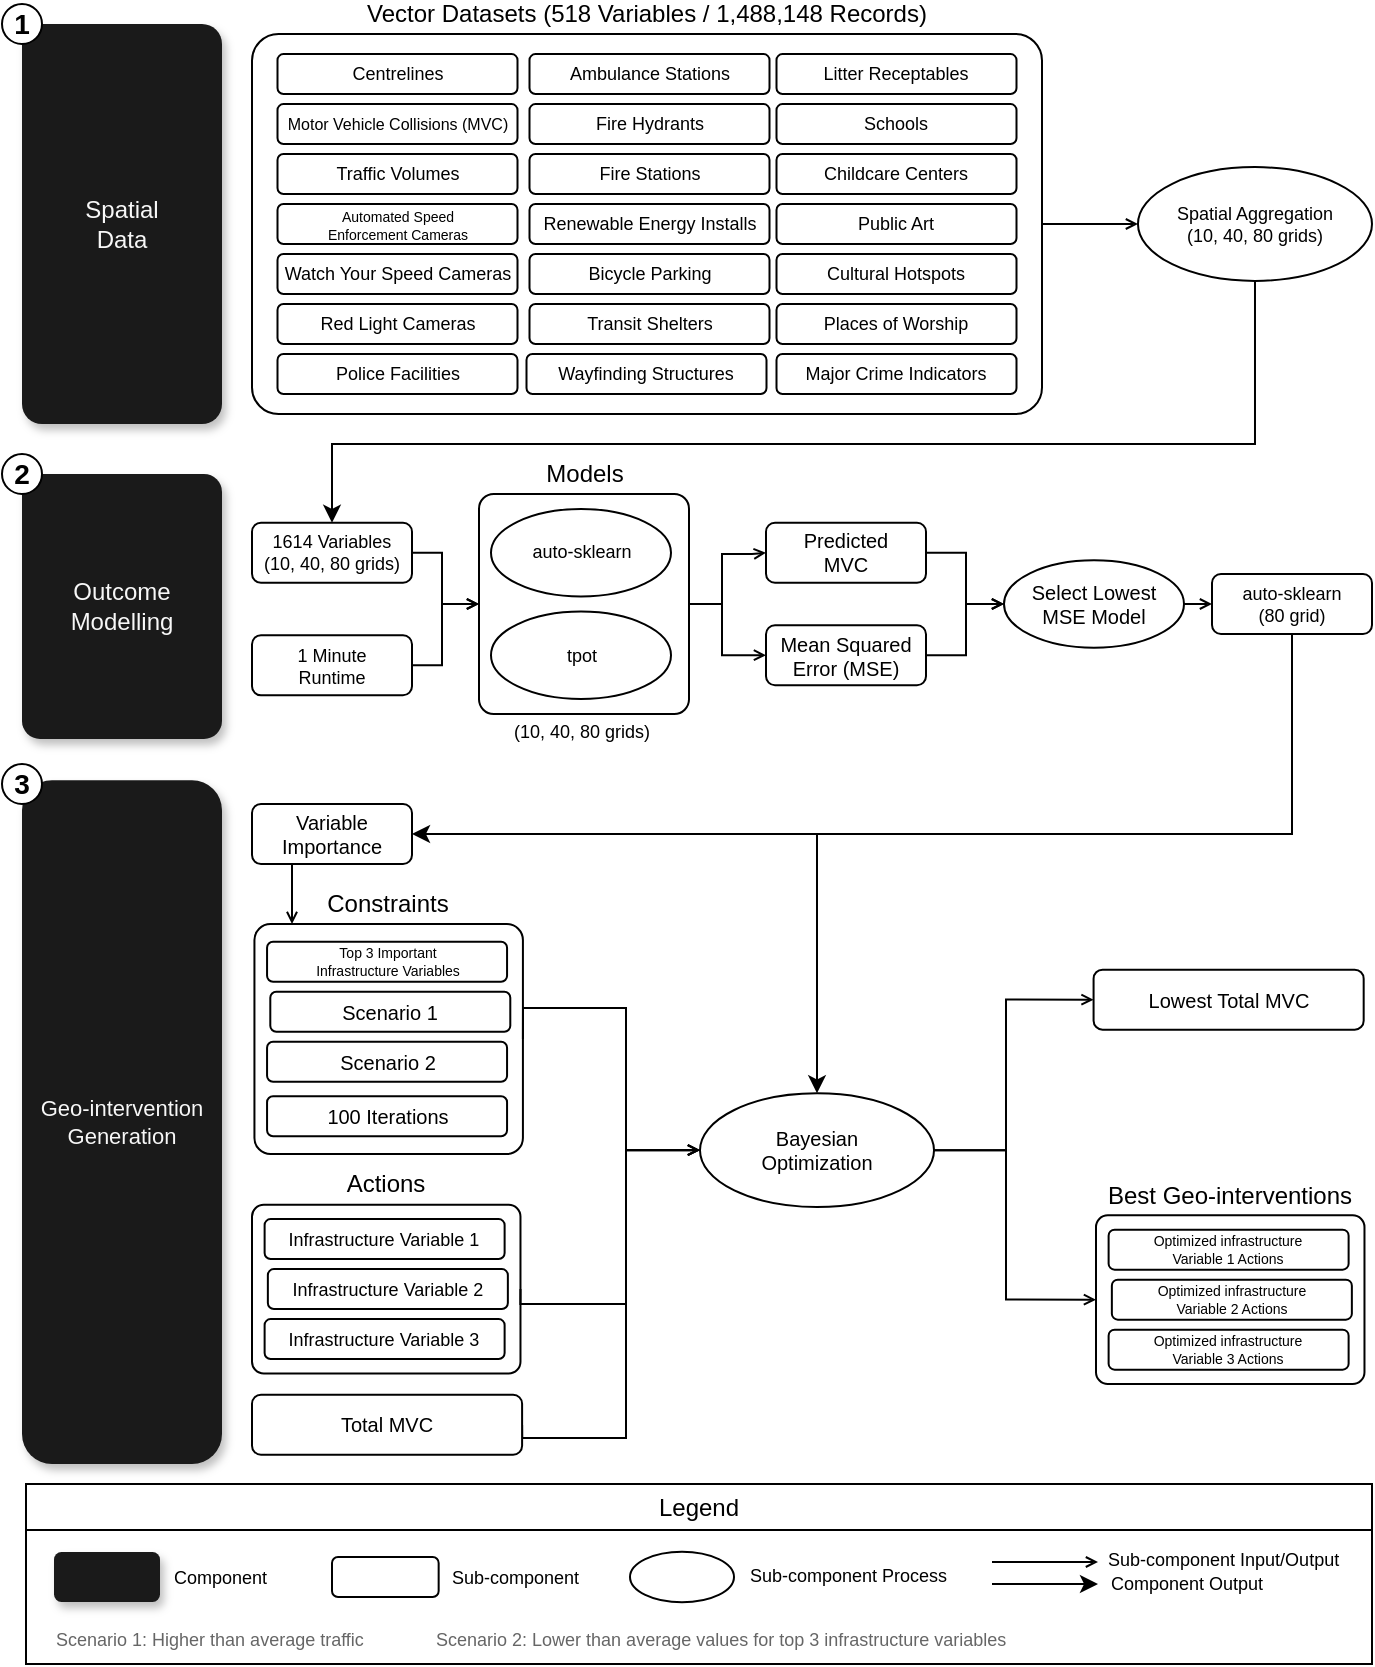
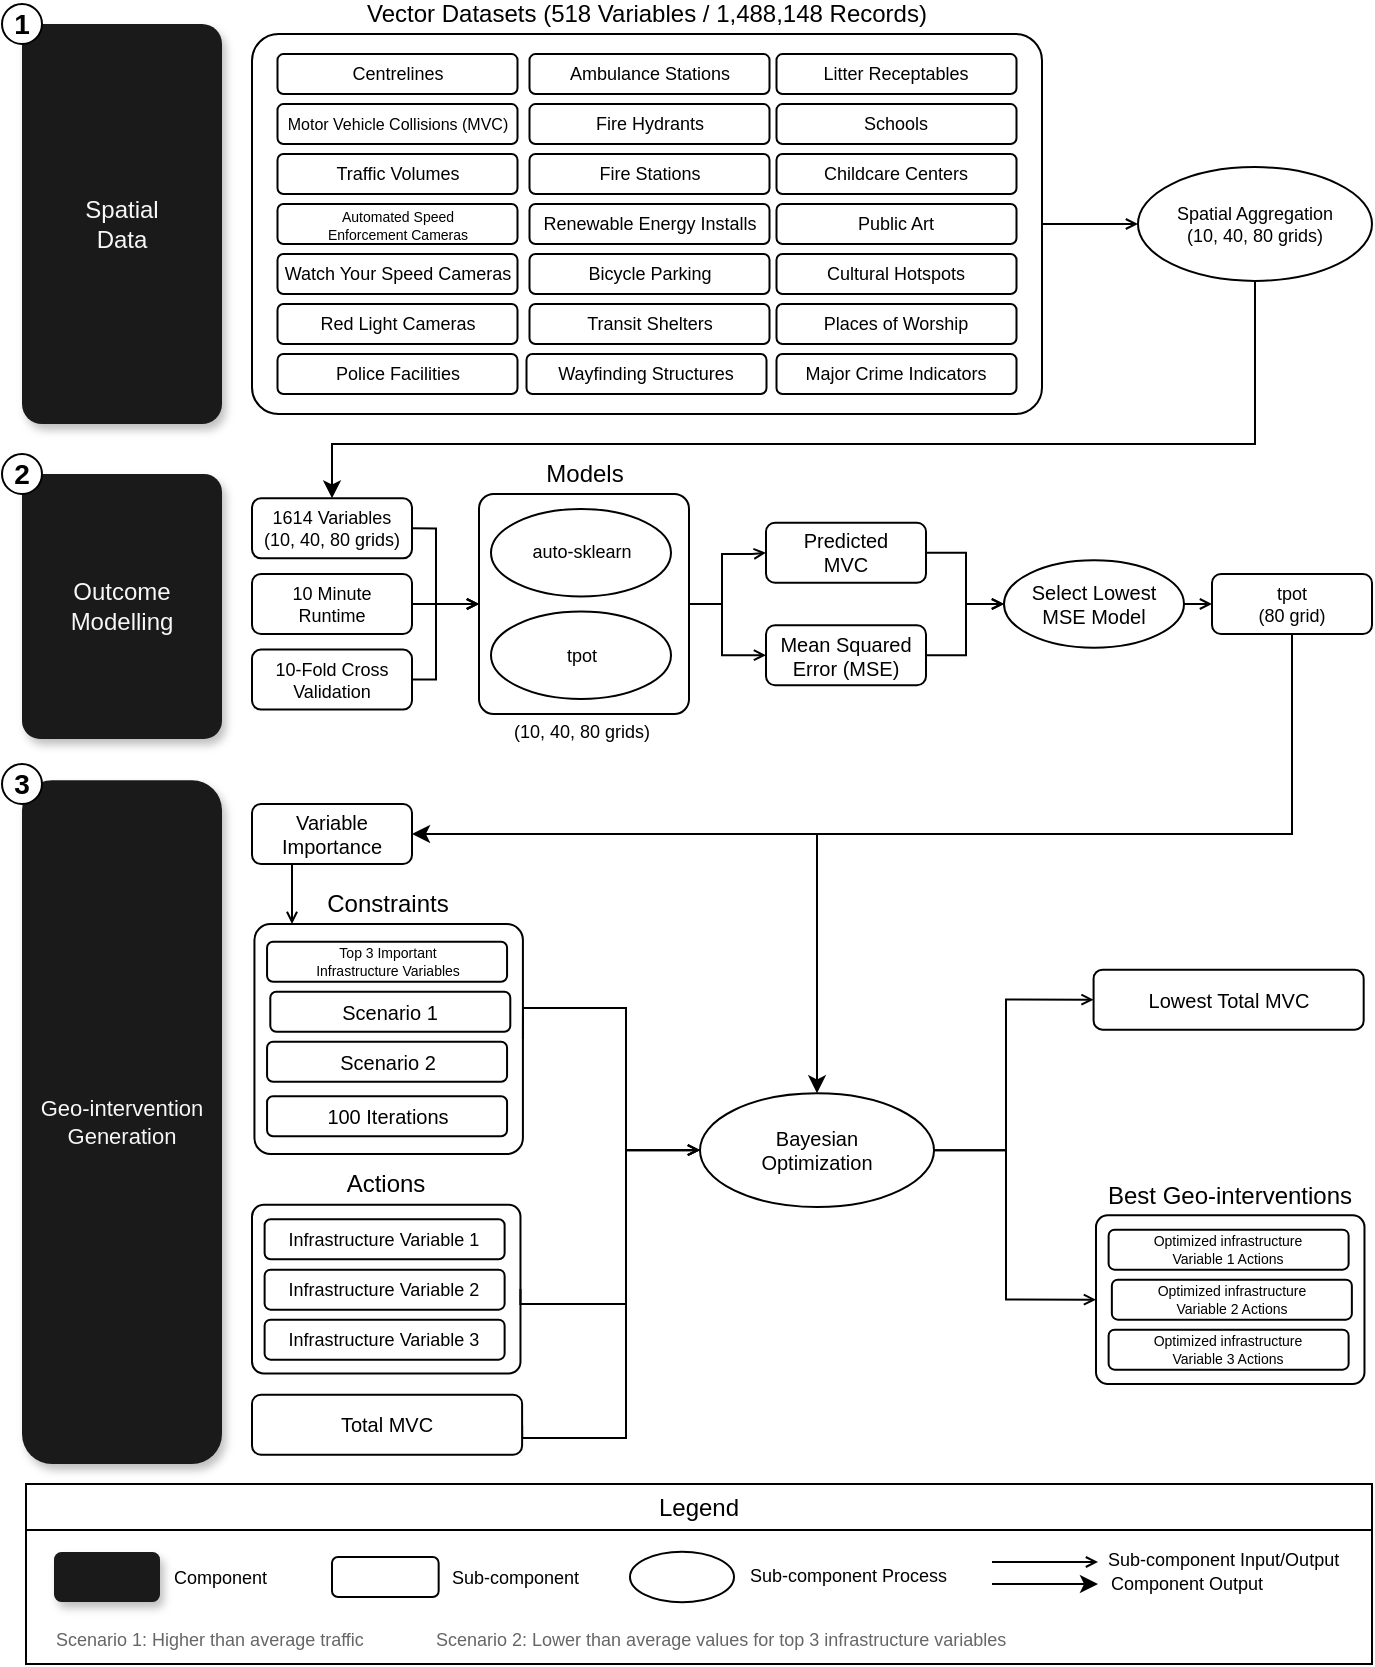
- <mxfile host="Electron" agent="Mozilla/5.0 (Macintosh; Intel Mac OS X 10_15_7) AppleWebKit/537.36 (KHTML, like Gecko) draw.io/25.0.2 Chrome/128.0.6613.186 Electron/32.2.5 Safari/537.36" version="25.0.2">
+ <mxfile host="Electron" agent="Mozilla/5.0 (Macintosh; Intel Mac OS X 10_15_7) AppleWebKit/537.36 (KHTML, like Gecko) draw.io/26.0.9 Chrome/128.0.6613.186 Electron/32.2.5 Safari/537.36" version="26.0.9">
  <diagram name="Page-1" id="8gdRkE0yfgIarTRspHVS">
-     <mxGraphModel dx="2074" dy="1154" grid="1" gridSize="5" guides="1" tooltips="1" connect="1" arrows="1" fold="1" page="1" pageScale="1" pageWidth="700" pageHeight="850" math="1" shadow="0">
+     <mxGraphModel dx="1430" dy="796" grid="1" gridSize="5" guides="1" tooltips="1" connect="1" arrows="1" fold="1" page="1" pageScale="1" pageWidth="700" pageHeight="850" math="1" shadow="0">
      <root>
        <mxCell id="0" />
        <mxCell id="1" parent="0" />
-         <mxCell id="H4vYK6OcZFrmIF_h3pnX-27" value="Models" style="rounded=1;whiteSpace=wrap;html=1;glass=0;fillColor=none;verticalAlign=top;spacing=0;spacingTop=-22;align=center;fontColor=#000000;strokeColor=#000000;spacingRight=0;spacingLeft=0;arcSize=7;" vertex="1" parent="1">
+         <mxCell id="H4vYK6OcZFrmIF_h3pnX-27" value="Models" style="rounded=1;whiteSpace=wrap;html=1;glass=0;fillColor=none;verticalAlign=top;spacing=0;spacingTop=-22;align=center;fontColor=#000000;strokeColor=#000000;spacingRight=0;spacingLeft=0;arcSize=7;" parent="1" vertex="1">
          <mxGeometry x="246.5" y="255" width="105" height="110" as="geometry" />
        </mxCell>
        <mxCell id="zVcd5So7Ncbx6f7flit7-27" value="1614 Variables&lt;div&gt;(10, 40, 80 grids)&lt;/div&gt;" style="rounded=1;whiteSpace=wrap;html=1;fontSize=9;" parent="1" vertex="1">
-           <mxGeometry x="133" y="269.38" width="80" height="30" as="geometry" />
-         </mxCell>
-         <mxCell id="zVcd5So7Ncbx6f7flit7-28" value="1 Minute&lt;div&gt;Runtime&lt;/div&gt;" style="rounded=1;whiteSpace=wrap;html=1;strokeColor=#000000;fontColor=#000000;fontSize=9;" parent="1" vertex="1">
-           <mxGeometry x="133" y="325.62" width="80" height="30" as="geometry" />
+           <mxGeometry x="133" y="257.18" width="80" height="30" as="geometry" />
+         </mxCell>
+         <mxCell id="zVcd5So7Ncbx6f7flit7-28" value="10 Minute&lt;div&gt;Runtime&lt;/div&gt;" style="rounded=1;whiteSpace=wrap;html=1;strokeColor=#000000;fontColor=#000000;fontSize=9;" parent="1" vertex="1">
+           <mxGeometry x="133" y="294.99" width="80" height="30" as="geometry" />
        </mxCell>
        <mxCell id="zVcd5So7Ncbx6f7flit7-45" style="edgeStyle=orthogonalEdgeStyle;rounded=0;orthogonalLoop=1;jettySize=auto;html=1;entryX=0;entryY=0.5;entryDx=0;entryDy=0;endArrow=open;endFill=0;endSize=4;startSize=4;exitX=1;exitY=0.5;exitDx=0;exitDy=0;" parent="1" source="H4vYK6OcZFrmIF_h3pnX-27" target="zVcd5So7Ncbx6f7flit7-31" edge="1">
          <mxGeometry relative="1" as="geometry">
            <Array as="points">
              <mxPoint x="368" y="310" />
              <mxPoint x="368" y="285" />
              <mxPoint x="383" y="285" />
            </Array>
          </mxGeometry>
        </mxCell>
        <mxCell id="Uf6OMud8qKE22yOZLW_d-1" style="edgeStyle=orthogonalEdgeStyle;rounded=0;orthogonalLoop=1;jettySize=auto;html=1;entryX=0;entryY=0.5;entryDx=0;entryDy=0;endArrow=open;endFill=0;endSize=4;startSize=4;exitX=1;exitY=0.5;exitDx=0;exitDy=0;" parent="1" source="H4vYK6OcZFrmIF_h3pnX-27" target="zVcd5So7Ncbx6f7flit7-46" edge="1">
          <mxGeometry relative="1" as="geometry">
            <Array as="points">
              <mxPoint x="368" y="310" />
              <mxPoint x="368" y="336" />
            </Array>
          </mxGeometry>
        </mxCell>
        <mxCell id="zVcd5So7Ncbx6f7flit7-30" value="auto-sklearn" style="ellipse;whiteSpace=wrap;html=1;fontColor=#000000;strokeColor=#000000;fontSize=9;" parent="1" vertex="1">
          <mxGeometry x="252.5" y="262.51" width="90" height="43.75" as="geometry" />
        </mxCell>
        <mxCell id="zVcd5So7Ncbx6f7flit7-49" style="edgeStyle=orthogonalEdgeStyle;rounded=0;orthogonalLoop=1;jettySize=auto;html=1;entryX=0;entryY=0.5;entryDx=0;entryDy=0;endArrow=open;endFill=0;endSize=4;startSize=4;" parent="1" source="zVcd5So7Ncbx6f7flit7-31" target="zVcd5So7Ncbx6f7flit7-33" edge="1">
          <mxGeometry relative="1" as="geometry" />
        </mxCell>
-         <mxCell id="H4vYK6OcZFrmIF_h3pnX-34" value="Constraints" style="rounded=1;whiteSpace=wrap;html=1;glass=0;fillColor=none;verticalAlign=top;spacing=0;spacingTop=-22;align=center;fontColor=#000000;strokeColor=#000000;spacingRight=0;spacingLeft=0;arcSize=7;labelBackgroundColor=none;" vertex="1" parent="1">
+         <mxCell id="H4vYK6OcZFrmIF_h3pnX-34" value="Constraints" style="rounded=1;whiteSpace=wrap;html=1;glass=0;fillColor=none;verticalAlign=top;spacing=0;spacingTop=-22;align=center;fontColor=#000000;strokeColor=#000000;spacingRight=0;spacingLeft=0;arcSize=7;labelBackgroundColor=none;" parent="1" vertex="1">
          <mxGeometry x="134.22" y="470" width="134.24" height="115" as="geometry" />
        </mxCell>
        <mxCell id="zVcd5So7Ncbx6f7flit7-31" value="Predicted&lt;div&gt;MVC&lt;/div&gt;" style="rounded=1;whiteSpace=wrap;html=1;fontSize=10;" parent="1" vertex="1">
          <mxGeometry x="390" y="269.38" width="80" height="30" as="geometry" />
        </mxCell>
        <mxCell id="zVcd5So7Ncbx6f7flit7-33" value="Select Lowest&lt;div&gt;MSE Model&lt;/div&gt;" style="ellipse;whiteSpace=wrap;html=1;fontColor=#000000;strokeColor=#000000;fontSize=10;" parent="1" vertex="1">
          <mxGeometry x="509" y="288.12" width="90" height="43.75" as="geometry" />
        </mxCell>
        <mxCell id="zVcd5So7Ncbx6f7flit7-8" value="Vector Datasets (518 Variables / 1,488,148 Records)" style="rounded=1;whiteSpace=wrap;html=1;glass=0;fillColor=none;verticalAlign=top;spacing=0;spacingTop=-22;align=center;fontColor=#000000;strokeColor=#000000;spacingRight=0;spacingLeft=0;arcSize=7;" parent="1" vertex="1">
          <mxGeometry x="133" y="25" width="395" height="190" as="geometry" />
        </mxCell>
        <mxCell id="zVcd5So7Ncbx6f7flit7-48" style="edgeStyle=orthogonalEdgeStyle;rounded=0;orthogonalLoop=1;jettySize=auto;html=1;entryX=0.5;entryY=0;entryDx=0;entryDy=0;fontColor=#000000;exitX=0.5;exitY=1;exitDx=0;exitDy=0;" parent="1" source="zVcd5So7Ncbx6f7flit7-22" target="zVcd5So7Ncbx6f7flit7-27" edge="1">
          <mxGeometry relative="1" as="geometry">
            <Array as="points">
              <mxPoint x="635" y="230" />
              <mxPoint x="173" y="230" />
            </Array>
          </mxGeometry>
        </mxCell>
        <mxCell id="zVcd5So7Ncbx6f7flit7-22" value="Spatial Aggregation&lt;div&gt;(10, 40, 80 grids)&lt;/div&gt;" style="ellipse;whiteSpace=wrap;html=1;fontColor=#000000;strokeColor=#000000;fontSize=9;aspect=fixed;" parent="1" vertex="1">
          <mxGeometry x="575.99" y="91.56" width="117.01" height="56.88" as="geometry" />
        </mxCell>
        <mxCell id="zVcd5So7Ncbx6f7flit7-25" style="edgeStyle=orthogonalEdgeStyle;rounded=0;orthogonalLoop=1;jettySize=auto;html=1;entryX=0;entryY=0.5;entryDx=0;entryDy=0;fontColor=#000000;strokeColor=#000000;endArrow=open;endFill=0;endSize=4;startSize=4;" parent="1" source="zVcd5So7Ncbx6f7flit7-8" target="zVcd5So7Ncbx6f7flit7-22" edge="1">
          <mxGeometry relative="1" as="geometry" />
        </mxCell>
        <mxCell id="zVcd5So7Ncbx6f7flit7-46" value="Mean Squared Error (MSE)" style="rounded=1;whiteSpace=wrap;html=1;fontSize=10;fontColor=#000000;strokeColor=#000000;" parent="1" vertex="1">
          <mxGeometry x="390" y="320.62" width="80" height="30" as="geometry" />
        </mxCell>
        <mxCell id="zVcd5So7Ncbx6f7flit7-59" style="edgeStyle=orthogonalEdgeStyle;rounded=0;orthogonalLoop=1;jettySize=auto;html=1;entryX=0.5;entryY=0;entryDx=0;entryDy=0;endArrow=classic;endFill=1;" parent="1" source="zVcd5So7Ncbx6f7flit7-47" target="zVcd5So7Ncbx6f7flit7-55" edge="1">
          <mxGeometry relative="1" as="geometry">
            <Array as="points">
              <mxPoint x="653" y="425" />
              <mxPoint x="415" y="425" />
            </Array>
          </mxGeometry>
        </mxCell>
        <mxCell id="zVcd5So7Ncbx6f7flit7-64" style="edgeStyle=orthogonalEdgeStyle;rounded=0;orthogonalLoop=1;jettySize=auto;html=1;entryX=1;entryY=0.5;entryDx=0;entryDy=0;strokeColor=#000000;endArrow=classic;endFill=1;" parent="1" source="zVcd5So7Ncbx6f7flit7-47" target="zVcd5So7Ncbx6f7flit7-54" edge="1">
          <mxGeometry relative="1" as="geometry">
            <Array as="points">
              <mxPoint x="653" y="425" />
            </Array>
          </mxGeometry>
        </mxCell>
-         <mxCell id="zVcd5So7Ncbx6f7flit7-47" value="auto-sklearn&lt;div&gt;(80 grid)&lt;/div&gt;" style="rounded=1;whiteSpace=wrap;html=1;fontSize=9;" parent="1" vertex="1">
+         <mxCell id="zVcd5So7Ncbx6f7flit7-47" value="&lt;div&gt;tpot&lt;/div&gt;&lt;div&gt;(80 grid)&lt;/div&gt;" style="rounded=1;whiteSpace=wrap;html=1;fontSize=9;" parent="1" vertex="1">
          <mxGeometry x="613" y="295" width="80" height="30" as="geometry" />
        </mxCell>
        <mxCell id="zVcd5So7Ncbx6f7flit7-50" style="edgeStyle=orthogonalEdgeStyle;rounded=0;orthogonalLoop=1;jettySize=auto;html=1;entryX=0;entryY=0.5;entryDx=0;entryDy=0;strokeColor=#000000;endArrow=open;endFill=0;endSize=4;startSize=4;fontColor=#000000;" parent="1" source="zVcd5So7Ncbx6f7flit7-46" target="zVcd5So7Ncbx6f7flit7-33" edge="1">
          <mxGeometry relative="1" as="geometry" />
        </mxCell>
        <mxCell id="zVcd5So7Ncbx6f7flit7-60" style="edgeStyle=orthogonalEdgeStyle;rounded=0;orthogonalLoop=1;jettySize=auto;html=1;endArrow=open;endFill=0;endSize=4;startSize=4;exitX=1;exitY=0.5;exitDx=0;exitDy=0;entryX=0;entryY=0.5;entryDx=0;entryDy=0;" parent="1" source="H4vYK6OcZFrmIF_h3pnX-57" target="zVcd5So7Ncbx6f7flit7-55" edge="1">
          <mxGeometry relative="1" as="geometry">
            <mxPoint x="285.24" y="619.1" as="sourcePoint" />
            <mxPoint x="410" y="610" as="targetPoint" />
            <Array as="points">
              <mxPoint x="320" y="660" />
              <mxPoint x="320" y="583" />
            </Array>
          </mxGeometry>
        </mxCell>
        <mxCell id="zVcd5So7Ncbx6f7flit7-62" style="edgeStyle=orthogonalEdgeStyle;rounded=0;orthogonalLoop=1;jettySize=auto;html=1;entryX=0;entryY=0.5;entryDx=0;entryDy=0;endArrow=open;endFill=0;endSize=4;startSize=4;exitX=1;exitY=0.5;exitDx=0;exitDy=0;" parent="1" source="H4vYK6OcZFrmIF_h3pnX-34" target="zVcd5So7Ncbx6f7flit7-55" edge="1">
          <mxGeometry relative="1" as="geometry">
            <Array as="points">
              <mxPoint x="320" y="512" />
              <mxPoint x="320" y="583" />
              <mxPoint x="357" y="583" />
            </Array>
          </mxGeometry>
        </mxCell>
        <mxCell id="zVcd5So7Ncbx6f7flit7-63" style="edgeStyle=orthogonalEdgeStyle;rounded=0;orthogonalLoop=1;jettySize=auto;html=1;fontColor=#000000;strokeColor=#000000;endArrow=open;endFill=0;endSize=4;startSize=4;exitX=0.25;exitY=1;exitDx=0;exitDy=0;" parent="1" source="zVcd5So7Ncbx6f7flit7-54" edge="1">
          <mxGeometry relative="1" as="geometry">
            <mxPoint x="155" y="450" as="sourcePoint" />
            <mxPoint x="153" y="470" as="targetPoint" />
            <Array as="points">
              <mxPoint x="153" y="470" />
            </Array>
          </mxGeometry>
        </mxCell>
        <mxCell id="zVcd5So7Ncbx6f7flit7-54" value="&lt;div&gt;Variable Importance&lt;/div&gt;" style="rounded=1;whiteSpace=wrap;html=1;strokeColor=#000000;fontColor=#000000;fontSize=10;" parent="1" vertex="1">
          <mxGeometry x="133" y="410" width="80" height="30" as="geometry" />
        </mxCell>
        <mxCell id="zVcd5So7Ncbx6f7flit7-66" style="edgeStyle=orthogonalEdgeStyle;rounded=0;orthogonalLoop=1;jettySize=auto;html=1;entryX=0;entryY=0.5;entryDx=0;entryDy=0;endArrow=open;endFill=0;endSize=4;startSize=4;exitX=1;exitY=0.5;exitDx=0;exitDy=0;" parent="1" source="zVcd5So7Ncbx6f7flit7-55" target="H4vYK6OcZFrmIF_h3pnX-66" edge="1">
          <mxGeometry relative="1" as="geometry">
            <mxPoint x="559" y="515" as="targetPoint" />
            <Array as="points">
              <mxPoint x="510" y="583" />
              <mxPoint x="510" y="508" />
            </Array>
          </mxGeometry>
        </mxCell>
        <mxCell id="zVcd5So7Ncbx6f7flit7-67" style="edgeStyle=orthogonalEdgeStyle;rounded=0;orthogonalLoop=1;jettySize=auto;html=1;entryX=0;entryY=0.5;entryDx=0;entryDy=0;endArrow=open;endFill=0;endSize=4;startSize=4;exitX=1;exitY=0.5;exitDx=0;exitDy=0;" parent="1" source="zVcd5So7Ncbx6f7flit7-55" target="H4vYK6OcZFrmIF_h3pnX-62" edge="1">
          <mxGeometry relative="1" as="geometry">
            <mxPoint x="559" y="625.96" as="targetPoint" />
            <Array as="points">
              <mxPoint x="510" y="583" />
              <mxPoint x="510" y="658" />
            </Array>
          </mxGeometry>
        </mxCell>
        <mxCell id="zVcd5So7Ncbx6f7flit7-55" value="Bayesian&lt;div&gt;Optimization&lt;/div&gt;" style="ellipse;whiteSpace=wrap;html=1;fontColor=#000000;strokeColor=#000000;fontSize=10;" parent="1" vertex="1">
          <mxGeometry x="357" y="554.66" width="117.01" height="56.88" as="geometry" />
        </mxCell>
        <mxCell id="zVcd5So7Ncbx6f7flit7-65" style="edgeStyle=orthogonalEdgeStyle;rounded=0;orthogonalLoop=1;jettySize=auto;html=1;entryX=0;entryY=0.5;entryDx=0;entryDy=0;endArrow=open;endFill=0;endSize=4;startSize=4;exitX=1;exitY=0.5;exitDx=0;exitDy=0;" parent="1" source="H4vYK6OcZFrmIF_h3pnX-61" target="zVcd5So7Ncbx6f7flit7-55" edge="1">
          <mxGeometry relative="1" as="geometry">
            <mxPoint x="297.07000000000005" y="683.46" as="sourcePoint" />
            <Array as="points">
              <mxPoint x="320" y="727" />
              <mxPoint x="320" y="583" />
            </Array>
          </mxGeometry>
        </mxCell>
        <mxCell id="zVcd5So7Ncbx6f7flit7-68" value="Spatial&lt;div&gt;Data&lt;/div&gt;" style="rounded=1;whiteSpace=wrap;html=1;fillColor=#1A1A1A;strokeColor=none;shadow=1;fontColor=#F7F7F7;arcSize=10;" parent="1" vertex="1">
          <mxGeometry x="18" y="20" width="100" height="200" as="geometry" />
        </mxCell>
        <mxCell id="zVcd5So7Ncbx6f7flit7-69" value="Outcome&lt;div&gt;Modelling&lt;/div&gt;" style="rounded=1;whiteSpace=wrap;html=1;fillColor=#1A1A1A;strokeColor=none;shadow=1;fontColor=#F7F7F7;arcSize=9;" parent="1" vertex="1">
          <mxGeometry x="18" y="245" width="100" height="132.49" as="geometry" />
        </mxCell>
        <mxCell id="zVcd5So7Ncbx6f7flit7-70" value="1" style="ellipse;whiteSpace=wrap;html=1;aspect=fixed;fontStyle=1;fontSize=14;strokeWidth=1;" parent="1" vertex="1">
          <mxGeometry x="8" y="10" width="20" height="20" as="geometry" />
        </mxCell>
        <mxCell id="zVcd5So7Ncbx6f7flit7-71" value="2" style="ellipse;whiteSpace=wrap;html=1;aspect=fixed;fontStyle=1;fontSize=14;strokeWidth=1;" parent="1" vertex="1">
          <mxGeometry x="8" y="235" width="20" height="20" as="geometry" />
        </mxCell>
        <mxCell id="zVcd5So7Ncbx6f7flit7-72" value="Geo-intervention&lt;div&gt;Generation&lt;/div&gt;" style="rounded=1;whiteSpace=wrap;html=1;fillColor=#1A1A1A;strokeColor=none;shadow=1;fontColor=#F7F7F7;rotation=0;fontSize=11;" parent="1" vertex="1">
          <mxGeometry x="18" y="398.13" width="100" height="341.87" as="geometry" />
        </mxCell>
        <mxCell id="zVcd5So7Ncbx6f7flit7-73" value="3" style="ellipse;whiteSpace=wrap;html=1;aspect=fixed;fontStyle=1;fontSize=14;strokeWidth=1;" parent="1" vertex="1">
          <mxGeometry x="8" y="390" width="20" height="20" as="geometry" />
        </mxCell>
        <mxCell id="zVcd5So7Ncbx6f7flit7-83" value="" style="rounded=0;whiteSpace=wrap;html=1;" parent="1" vertex="1">
          <mxGeometry x="20" y="770" width="673" height="70" as="geometry" />
        </mxCell>
        <mxCell id="zVcd5So7Ncbx6f7flit7-108" value="Legend" style="rounded=0;whiteSpace=wrap;html=1;" parent="1" vertex="1">
          <mxGeometry x="20" y="750" width="673" height="23" as="geometry" />
        </mxCell>
-         <mxCell id="H4vYK6OcZFrmIF_h3pnX-1" value="Centrelines" style="rounded=1;whiteSpace=wrap;html=1;fontSize=9;" vertex="1" parent="1">
+         <mxCell id="H4vYK6OcZFrmIF_h3pnX-1" value="Centrelines" style="rounded=1;whiteSpace=wrap;html=1;fontSize=9;" parent="1" vertex="1">
          <mxGeometry x="145.75" y="35.040000000000006" width="120" height="20" as="geometry" />
        </mxCell>
-         <mxCell id="H4vYK6OcZFrmIF_h3pnX-2" value="Motor Vehicle Collisions (MVC)" style="rounded=1;whiteSpace=wrap;html=1;fontSize=8;" vertex="1" parent="1">
+         <mxCell id="H4vYK6OcZFrmIF_h3pnX-2" value="Motor Vehicle Collisions (MVC)" style="rounded=1;whiteSpace=wrap;html=1;fontSize=8;" parent="1" vertex="1">
          <mxGeometry x="145.75" y="60.03999999999999" width="120" height="20" as="geometry" />
        </mxCell>
-         <mxCell id="H4vYK6OcZFrmIF_h3pnX-3" value="Ambulance Stations" style="rounded=1;whiteSpace=wrap;html=1;fontSize=9;" vertex="1" parent="1">
+         <mxCell id="H4vYK6OcZFrmIF_h3pnX-3" value="Ambulance Stations" style="rounded=1;whiteSpace=wrap;html=1;fontSize=9;" parent="1" vertex="1">
          <mxGeometry x="271.75" y="35.040000000000006" width="120" height="20" as="geometry" />
        </mxCell>
-         <mxCell id="H4vYK6OcZFrmIF_h3pnX-4" value="Fire Hydrants" style="rounded=1;whiteSpace=wrap;html=1;fontSize=9;" vertex="1" parent="1">
+         <mxCell id="H4vYK6OcZFrmIF_h3pnX-4" value="Fire Hydrants" style="rounded=1;whiteSpace=wrap;html=1;fontSize=9;" parent="1" vertex="1">
          <mxGeometry x="271.75" y="60.03999999999999" width="120" height="20" as="geometry" />
        </mxCell>
-         <mxCell id="H4vYK6OcZFrmIF_h3pnX-5" value="Litter Receptables" style="rounded=1;whiteSpace=wrap;html=1;fontSize=9;" vertex="1" parent="1">
+         <mxCell id="H4vYK6OcZFrmIF_h3pnX-5" value="Litter Receptables" style="rounded=1;whiteSpace=wrap;html=1;fontSize=9;" parent="1" vertex="1">
          <mxGeometry x="395.25" y="35.040000000000006" width="120" height="20" as="geometry" />
        </mxCell>
-         <mxCell id="H4vYK6OcZFrmIF_h3pnX-6" value="Schools" style="rounded=1;whiteSpace=wrap;html=1;fontSize=9;" vertex="1" parent="1">
+         <mxCell id="H4vYK6OcZFrmIF_h3pnX-6" value="Schools" style="rounded=1;whiteSpace=wrap;html=1;fontSize=9;" parent="1" vertex="1">
          <mxGeometry x="395.25" y="60.03999999999999" width="120" height="20" as="geometry" />
        </mxCell>
-         <mxCell id="H4vYK6OcZFrmIF_h3pnX-7" value="Traffic Volumes" style="rounded=1;whiteSpace=wrap;html=1;fontSize=9;" vertex="1" parent="1">
+         <mxCell id="H4vYK6OcZFrmIF_h3pnX-7" value="Traffic Volumes" style="rounded=1;whiteSpace=wrap;html=1;fontSize=9;" parent="1" vertex="1">
          <mxGeometry x="145.75" y="84.98" width="120" height="20" as="geometry" />
        </mxCell>
-         <mxCell id="H4vYK6OcZFrmIF_h3pnX-8" value="Fire Stations" style="rounded=1;whiteSpace=wrap;html=1;fontSize=9;" vertex="1" parent="1">
+         <mxCell id="H4vYK6OcZFrmIF_h3pnX-8" value="Fire Stations" style="rounded=1;whiteSpace=wrap;html=1;fontSize=9;" parent="1" vertex="1">
          <mxGeometry x="271.75" y="84.98" width="120" height="20" as="geometry" />
        </mxCell>
-         <mxCell id="H4vYK6OcZFrmIF_h3pnX-9" value="Childcare Centers" style="rounded=1;whiteSpace=wrap;html=1;fontSize=9;" vertex="1" parent="1">
+         <mxCell id="H4vYK6OcZFrmIF_h3pnX-9" value="Childcare Centers" style="rounded=1;whiteSpace=wrap;html=1;fontSize=9;" parent="1" vertex="1">
          <mxGeometry x="395.25" y="84.98" width="120" height="20" as="geometry" />
        </mxCell>
-         <mxCell id="H4vYK6OcZFrmIF_h3pnX-12" value="&lt;span style=&quot;font-size: 7px;&quot;&gt;Automated Speed&lt;/span&gt;&lt;div style=&quot;font-size: 7px;&quot;&gt;Enforcement Cameras&lt;/div&gt;" style="rounded=1;whiteSpace=wrap;html=1;fontSize=9;" vertex="1" parent="1">
+         <mxCell id="H4vYK6OcZFrmIF_h3pnX-12" value="&lt;span style=&quot;font-size: 7px;&quot;&gt;Automated Speed&lt;/span&gt;&lt;div style=&quot;font-size: 7px;&quot;&gt;Enforcement Cameras&lt;/div&gt;" style="rounded=1;whiteSpace=wrap;html=1;fontSize=9;" parent="1" vertex="1">
          <mxGeometry x="145.75" y="109.98" width="120" height="20" as="geometry" />
        </mxCell>
-         <mxCell id="H4vYK6OcZFrmIF_h3pnX-13" value="Watch Your Speed Cameras" style="rounded=1;whiteSpace=wrap;html=1;fontSize=9;" vertex="1" parent="1">
+         <mxCell id="H4vYK6OcZFrmIF_h3pnX-13" value="Watch Your Speed Cameras" style="rounded=1;whiteSpace=wrap;html=1;fontSize=9;" parent="1" vertex="1">
          <mxGeometry x="145.75" y="134.98" width="120" height="20" as="geometry" />
        </mxCell>
-         <mxCell id="H4vYK6OcZFrmIF_h3pnX-14" value="Red Light Cameras" style="rounded=1;whiteSpace=wrap;html=1;fontSize=9;" vertex="1" parent="1">
+         <mxCell id="H4vYK6OcZFrmIF_h3pnX-14" value="Red Light Cameras" style="rounded=1;whiteSpace=wrap;html=1;fontSize=9;" parent="1" vertex="1">
          <mxGeometry x="145.75" y="159.98" width="120" height="20" as="geometry" />
        </mxCell>
-         <mxCell id="H4vYK6OcZFrmIF_h3pnX-15" value="Police Facilities" style="rounded=1;whiteSpace=wrap;html=1;fontSize=9;" vertex="1" parent="1">
+         <mxCell id="H4vYK6OcZFrmIF_h3pnX-15" value="Police Facilities" style="rounded=1;whiteSpace=wrap;html=1;fontSize=9;" parent="1" vertex="1">
          <mxGeometry x="145.75" y="184.98" width="120" height="20" as="geometry" />
        </mxCell>
-         <mxCell id="H4vYK6OcZFrmIF_h3pnX-16" value="Renewable Energy Installs" style="rounded=1;whiteSpace=wrap;html=1;fontSize=9;" vertex="1" parent="1">
+         <mxCell id="H4vYK6OcZFrmIF_h3pnX-16" value="Renewable Energy Installs" style="rounded=1;whiteSpace=wrap;html=1;fontSize=9;" parent="1" vertex="1">
          <mxGeometry x="271.75" y="109.98" width="120" height="20" as="geometry" />
        </mxCell>
-         <mxCell id="H4vYK6OcZFrmIF_h3pnX-17" value="Bicycle Parking" style="rounded=1;whiteSpace=wrap;html=1;fontSize=9;" vertex="1" parent="1">
+         <mxCell id="H4vYK6OcZFrmIF_h3pnX-17" value="Bicycle Parking" style="rounded=1;whiteSpace=wrap;html=1;fontSize=9;" parent="1" vertex="1">
          <mxGeometry x="271.75" y="134.98" width="120" height="20" as="geometry" />
        </mxCell>
-         <mxCell id="H4vYK6OcZFrmIF_h3pnX-18" value="Transit Shelters" style="rounded=1;whiteSpace=wrap;html=1;fontSize=9;" vertex="1" parent="1">
+         <mxCell id="H4vYK6OcZFrmIF_h3pnX-18" value="Transit Shelters" style="rounded=1;whiteSpace=wrap;html=1;fontSize=9;" parent="1" vertex="1">
          <mxGeometry x="271.75" y="159.98" width="120" height="20" as="geometry" />
        </mxCell>
-         <mxCell id="H4vYK6OcZFrmIF_h3pnX-19" value="Wayfinding Structures" style="rounded=1;whiteSpace=wrap;html=1;fontSize=9;" vertex="1" parent="1">
+         <mxCell id="H4vYK6OcZFrmIF_h3pnX-19" value="Wayfinding Structures" style="rounded=1;whiteSpace=wrap;html=1;fontSize=9;" parent="1" vertex="1">
          <mxGeometry x="270.25" y="184.98" width="120" height="20" as="geometry" />
        </mxCell>
-         <mxCell id="H4vYK6OcZFrmIF_h3pnX-20" value="Public Art" style="rounded=1;whiteSpace=wrap;html=1;fontSize=9;" vertex="1" parent="1">
+         <mxCell id="H4vYK6OcZFrmIF_h3pnX-20" value="Public Art" style="rounded=1;whiteSpace=wrap;html=1;fontSize=9;" parent="1" vertex="1">
          <mxGeometry x="395.25" y="109.99000000000001" width="120" height="20" as="geometry" />
        </mxCell>
-         <mxCell id="H4vYK6OcZFrmIF_h3pnX-21" value="Cultural Hotspots" style="rounded=1;whiteSpace=wrap;html=1;fontSize=9;" vertex="1" parent="1">
+         <mxCell id="H4vYK6OcZFrmIF_h3pnX-21" value="Cultural Hotspots" style="rounded=1;whiteSpace=wrap;html=1;fontSize=9;" parent="1" vertex="1">
          <mxGeometry x="395.25" y="134.98" width="120" height="20" as="geometry" />
        </mxCell>
-         <mxCell id="H4vYK6OcZFrmIF_h3pnX-22" value="Places of Worship" style="rounded=1;whiteSpace=wrap;html=1;fontSize=9;" vertex="1" parent="1">
+         <mxCell id="H4vYK6OcZFrmIF_h3pnX-22" value="Places of Worship" style="rounded=1;whiteSpace=wrap;html=1;fontSize=9;" parent="1" vertex="1">
          <mxGeometry x="395.25" y="159.98" width="120" height="20" as="geometry" />
        </mxCell>
-         <mxCell id="H4vYK6OcZFrmIF_h3pnX-23" value="Major Crime Indicators" style="rounded=1;whiteSpace=wrap;html=1;fontSize=9;" vertex="1" parent="1">
+         <mxCell id="H4vYK6OcZFrmIF_h3pnX-23" value="Major Crime Indicators" style="rounded=1;whiteSpace=wrap;html=1;fontSize=9;" parent="1" vertex="1">
          <mxGeometry x="395.25" y="184.98" width="120" height="20" as="geometry" />
        </mxCell>
-         <mxCell id="H4vYK6OcZFrmIF_h3pnX-26" value="tpot" style="ellipse;whiteSpace=wrap;html=1;fontColor=#000000;strokeColor=#000000;fontSize=9;" vertex="1" parent="1">
+         <mxCell id="H4vYK6OcZFrmIF_h3pnX-26" value="tpot" style="ellipse;whiteSpace=wrap;html=1;fontColor=#000000;strokeColor=#000000;fontSize=9;" parent="1" vertex="1">
          <mxGeometry x="252.5" y="313.74" width="90" height="43.75" as="geometry" />
        </mxCell>
-         <mxCell id="H4vYK6OcZFrmIF_h3pnX-30" style="edgeStyle=orthogonalEdgeStyle;rounded=0;orthogonalLoop=1;jettySize=auto;html=1;entryX=0;entryY=0.5;entryDx=0;entryDy=0;endArrow=open;endFill=0;endSize=4;startSize=4;exitX=1;exitY=0.5;exitDx=0;exitDy=0;" edge="1" parent="1" source="zVcd5So7Ncbx6f7flit7-28" target="H4vYK6OcZFrmIF_h3pnX-27">
-           <mxGeometry relative="1" as="geometry">
-             <mxPoint x="218" y="485" as="sourcePoint" />
-             <mxPoint x="259" y="525" as="targetPoint" />
-             <Array as="points">
-               <mxPoint x="228" y="341" />
-               <mxPoint x="228" y="310" />
-             </Array>
-           </mxGeometry>
-         </mxCell>
-         <mxCell id="H4vYK6OcZFrmIF_h3pnX-31" style="edgeStyle=orthogonalEdgeStyle;rounded=0;orthogonalLoop=1;jettySize=auto;html=1;entryX=0;entryY=0.5;entryDx=0;entryDy=0;endArrow=open;endFill=0;endSize=4;startSize=4;exitX=1;exitY=0.5;exitDx=0;exitDy=0;" edge="1" parent="1" source="zVcd5So7Ncbx6f7flit7-27" target="H4vYK6OcZFrmIF_h3pnX-27">
+         <mxCell id="H4vYK6OcZFrmIF_h3pnX-31" style="edgeStyle=orthogonalEdgeStyle;rounded=0;orthogonalLoop=1;jettySize=auto;html=1;entryX=0;entryY=0.5;entryDx=0;entryDy=0;endArrow=open;endFill=0;endSize=4;startSize=4;exitX=1;exitY=0.5;exitDx=0;exitDy=0;" parent="1" source="zVcd5So7Ncbx6f7flit7-27" target="H4vYK6OcZFrmIF_h3pnX-27" edge="1">
          <mxGeometry relative="1" as="geometry">
            <mxPoint x="218" y="286.02" as="sourcePoint" />
            <mxPoint x="252" y="255.01999999999998" as="targetPoint" />
            <Array as="points">
-               <mxPoint x="228" y="284" />
-               <mxPoint x="228" y="310" />
-             </Array>
-           </mxGeometry>
-         </mxCell>
-         <mxCell id="H4vYK6OcZFrmIF_h3pnX-32" style="edgeStyle=orthogonalEdgeStyle;rounded=0;orthogonalLoop=1;jettySize=auto;html=1;entryX=0;entryY=0.5;entryDx=0;entryDy=0;strokeColor=#000000;endArrow=open;endFill=0;endSize=4;startSize=4;fontColor=#000000;exitX=1;exitY=0.5;exitDx=0;exitDy=0;" edge="1" parent="1" source="zVcd5So7Ncbx6f7flit7-33" target="zVcd5So7Ncbx6f7flit7-47">
+               <mxPoint x="225" y="272" />
+               <mxPoint x="225" y="310" />
+             </Array>
+           </mxGeometry>
+         </mxCell>
+         <mxCell id="H4vYK6OcZFrmIF_h3pnX-32" style="edgeStyle=orthogonalEdgeStyle;rounded=0;orthogonalLoop=1;jettySize=auto;html=1;entryX=0;entryY=0.5;entryDx=0;entryDy=0;strokeColor=#000000;endArrow=open;endFill=0;endSize=4;startSize=4;fontColor=#000000;exitX=1;exitY=0.5;exitDx=0;exitDy=0;" parent="1" source="zVcd5So7Ncbx6f7flit7-33" target="zVcd5So7Ncbx6f7flit7-47" edge="1">
          <mxGeometry relative="1" as="geometry">
            <mxPoint x="468" y="341" as="sourcePoint" />
            <mxPoint x="508" y="315" as="targetPoint" />
          </mxGeometry>
        </mxCell>
-         <mxCell id="H4vYK6OcZFrmIF_h3pnX-33" value="(10, 40, 80 grids)" style="text;html=1;align=center;verticalAlign=middle;whiteSpace=wrap;rounded=0;fontSize=9;" vertex="1" parent="1">
+         <mxCell id="H4vYK6OcZFrmIF_h3pnX-33" value="(10, 40, 80 grids)" style="text;html=1;align=center;verticalAlign=middle;whiteSpace=wrap;rounded=0;fontSize=9;" parent="1" vertex="1">
          <mxGeometry x="244.75" y="361" width="105.5" height="25" as="geometry" />
        </mxCell>
-         <mxCell id="H4vYK6OcZFrmIF_h3pnX-48" value="&lt;font&gt;Scenario 1: Higher than average traffic&lt;/font&gt;" style="text;html=1;align=left;verticalAlign=middle;whiteSpace=wrap;rounded=0;fontSize=9;fontColor=#666666;" vertex="1" parent="1">
+         <mxCell id="H4vYK6OcZFrmIF_h3pnX-48" value="&lt;font&gt;Scenario 1: Higher than average traffic&lt;/font&gt;" style="text;html=1;align=left;verticalAlign=middle;whiteSpace=wrap;rounded=0;fontSize=9;fontColor=#666666;" parent="1" vertex="1">
          <mxGeometry x="33" y="820" width="160" height="15" as="geometry" />
        </mxCell>
-         <mxCell id="H4vYK6OcZFrmIF_h3pnX-49" value="&lt;font&gt;Scenario 2: Lower than average values for top 3 infrastructure variables&lt;/font&gt;" style="text;html=1;align=left;verticalAlign=middle;whiteSpace=wrap;rounded=0;fontSize=9;fontColor=#666666;" vertex="1" parent="1">
+         <mxCell id="H4vYK6OcZFrmIF_h3pnX-49" value="&lt;font&gt;Scenario 2: Lower than average values for top 3 infrastructure variables&lt;/font&gt;" style="text;html=1;align=left;verticalAlign=middle;whiteSpace=wrap;rounded=0;fontSize=9;fontColor=#666666;" parent="1" vertex="1">
          <mxGeometry x="223.25" y="820" width="309.75" height="15" as="geometry" />
        </mxCell>
-         <mxCell id="H4vYK6OcZFrmIF_h3pnX-50" value="" style="group" vertex="1" connectable="0" parent="1">
+         <mxCell id="H4vYK6OcZFrmIF_h3pnX-50" value="" style="group" parent="1" vertex="1" connectable="0">
          <mxGeometry x="503" y="789" width="53" height="11" as="geometry" />
        </mxCell>
        <mxCell id="zVcd5So7Ncbx6f7flit7-89" style="edgeStyle=orthogonalEdgeStyle;rounded=0;orthogonalLoop=1;jettySize=auto;html=1;endArrow=open;endFill=0;endSize=4;startSize=4;" parent="H4vYK6OcZFrmIF_h3pnX-50" edge="1">
          <mxGeometry relative="1" as="geometry">
            <mxPoint as="sourcePoint" />
            <mxPoint x="53" as="targetPoint" />
          </mxGeometry>
        </mxCell>
        <mxCell id="zVcd5So7Ncbx6f7flit7-90" value="Sub-component Input/Output" style="edgeLabel;html=1;align=left;verticalAlign=middle;resizable=0;points=[];fontSize=9;" parent="zVcd5So7Ncbx6f7flit7-89" vertex="1" connectable="0">
          <mxGeometry x="0.24" y="-3" relative="1" as="geometry">
            <mxPoint x="23" y="-4" as="offset" />
          </mxGeometry>
        </mxCell>
        <mxCell id="zVcd5So7Ncbx6f7flit7-97" style="rounded=0;orthogonalLoop=1;jettySize=auto;html=1;" parent="H4vYK6OcZFrmIF_h3pnX-50" edge="1">
          <mxGeometry relative="1" as="geometry">
            <mxPoint y="11" as="sourcePoint" />
            <mxPoint x="53" y="11" as="targetPoint" />
          </mxGeometry>
        </mxCell>
        <mxCell id="zVcd5So7Ncbx6f7flit7-98" value="Component Output" style="edgeLabel;html=1;align=center;verticalAlign=middle;resizable=0;points=[];fontSize=9;" parent="zVcd5So7Ncbx6f7flit7-97" vertex="1" connectable="0">
          <mxGeometry x="0.1282" y="-2" relative="1" as="geometry">
            <mxPoint x="67" y="-2" as="offset" />
          </mxGeometry>
        </mxCell>
        <mxCell id="zVcd5So7Ncbx6f7flit7-93" value="" style="rounded=1;whiteSpace=wrap;html=1;fillColor=#1A1A1A;strokeColor=none;shadow=1;fontColor=#F7F7F7;rotation=0;fontSize=11;" parent="1" vertex="1">
          <mxGeometry x="34" y="784" width="53" height="25" as="geometry" />
        </mxCell>
        <mxCell id="zVcd5So7Ncbx6f7flit7-94" value="Component" style="text;html=1;align=left;verticalAlign=middle;whiteSpace=wrap;rounded=0;fontSize=9;" parent="1" vertex="1">
          <mxGeometry x="92" y="791.5" width="115" height="10" as="geometry" />
        </mxCell>
        <mxCell id="zVcd5So7Ncbx6f7flit7-105" value="" style="group" parent="1" vertex="1" connectable="0">
          <mxGeometry x="298" y="783.85" width="173" height="25.29000000000002" as="geometry" />
        </mxCell>
        <mxCell id="zVcd5So7Ncbx6f7flit7-103" value="" style="ellipse;whiteSpace=wrap;html=1;fontColor=#000000;strokeColor=#000000;fontSize=12;aspect=fixed;" parent="zVcd5So7Ncbx6f7flit7-105" vertex="1">
          <mxGeometry x="24" width="52" height="25.29" as="geometry" />
        </mxCell>
        <mxCell id="zVcd5So7Ncbx6f7flit7-104" value="Sub-component Process" style="text;html=1;align=left;verticalAlign=middle;whiteSpace=wrap;rounded=0;fontSize=9;" parent="zVcd5So7Ncbx6f7flit7-105" vertex="1">
          <mxGeometry x="82" y="7.639999999999986" width="115" height="10" as="geometry" />
        </mxCell>
-         <mxCell id="H4vYK6OcZFrmIF_h3pnX-51" value="" style="group" vertex="1" connectable="0" parent="1">
+         <mxCell id="H4vYK6OcZFrmIF_h3pnX-51" value="" style="group" parent="1" vertex="1" connectable="0">
          <mxGeometry x="173" y="786.5" width="173" height="20" as="geometry" />
        </mxCell>
        <mxCell id="zVcd5So7Ncbx6f7flit7-91" value="Sub-component" style="text;html=1;align=left;verticalAlign=middle;whiteSpace=wrap;rounded=0;fontSize=9;" parent="H4vYK6OcZFrmIF_h3pnX-51" vertex="1">
          <mxGeometry x="58" y="5" width="115" height="10" as="geometry" />
        </mxCell>
        <mxCell id="zVcd5So7Ncbx6f7flit7-84" value="" style="rounded=1;whiteSpace=wrap;html=1;fontSize=9;align=left;spacing=0;spacingLeft=60;aspect=fixed;" parent="H4vYK6OcZFrmIF_h3pnX-51" vertex="1">
          <mxGeometry width="53.33" height="20" as="geometry" />
        </mxCell>
-         <mxCell id="H4vYK6OcZFrmIF_h3pnX-52" value="&lt;span&gt;Top 3 Important&lt;/span&gt;&lt;div&gt;&lt;span&gt;Infrastructure Variables&lt;/span&gt;&lt;/div&gt;" style="rounded=1;whiteSpace=wrap;html=1;fontSize=7;" vertex="1" parent="1">
+         <mxCell id="H4vYK6OcZFrmIF_h3pnX-52" value="&lt;span&gt;Top 3 Important&lt;/span&gt;&lt;div&gt;&lt;span&gt;Infrastructure Variables&lt;/span&gt;&lt;/div&gt;" style="rounded=1;whiteSpace=wrap;html=1;fontSize=7;" parent="1" vertex="1">
          <mxGeometry x="140.53" y="478.91" width="120" height="20" as="geometry" />
        </mxCell>
-         <mxCell id="H4vYK6OcZFrmIF_h3pnX-54" value="&lt;span&gt;Scenario 1&lt;/span&gt;" style="rounded=1;whiteSpace=wrap;html=1;fontSize=10;" vertex="1" parent="1">
+         <mxCell id="H4vYK6OcZFrmIF_h3pnX-54" value="&lt;span&gt;Scenario 1&lt;/span&gt;" style="rounded=1;whiteSpace=wrap;html=1;fontSize=10;" parent="1" vertex="1">
          <mxGeometry x="142.15" y="503.91" width="120" height="20" as="geometry" />
        </mxCell>
-         <mxCell id="H4vYK6OcZFrmIF_h3pnX-55" value="&lt;span&gt;Scenario 2&lt;/span&gt;" style="rounded=1;whiteSpace=wrap;html=1;fontSize=10;" vertex="1" parent="1">
+         <mxCell id="H4vYK6OcZFrmIF_h3pnX-55" value="&lt;span&gt;Scenario 2&lt;/span&gt;" style="rounded=1;whiteSpace=wrap;html=1;fontSize=10;" parent="1" vertex="1">
          <mxGeometry x="140.53" y="528.9100000000001" width="120" height="20" as="geometry" />
        </mxCell>
-         <mxCell id="H4vYK6OcZFrmIF_h3pnX-57" value="Actions" style="rounded=1;whiteSpace=wrap;html=1;glass=0;fillColor=none;verticalAlign=top;spacing=0;spacingTop=-22;align=center;fontColor=#000000;strokeColor=#000000;spacingRight=0;spacingLeft=0;arcSize=7;labelBackgroundColor=none;" vertex="1" parent="1">
+         <mxCell id="H4vYK6OcZFrmIF_h3pnX-57" value="Actions" style="rounded=1;whiteSpace=wrap;html=1;glass=0;fillColor=none;verticalAlign=top;spacing=0;spacingTop=-22;align=center;fontColor=#000000;strokeColor=#000000;spacingRight=0;spacingLeft=0;arcSize=7;labelBackgroundColor=none;" parent="1" vertex="1">
          <mxGeometry x="133" y="610.36" width="134.24" height="84.36" as="geometry" />
        </mxCell>
-         <mxCell id="H4vYK6OcZFrmIF_h3pnX-58" value="Infrastructure Variable 1" style="rounded=1;whiteSpace=wrap;html=1;fontSize=9;" vertex="1" parent="1">
-           <mxGeometry x="139.31" y="617.54" width="120" height="20" as="geometry" />
-         </mxCell>
-         <mxCell id="H4vYK6OcZFrmIF_h3pnX-59" value="&lt;span&gt;Infrastructure Variable 2&lt;/span&gt;" style="rounded=1;whiteSpace=wrap;html=1;fontSize=9;" vertex="1" parent="1">
-           <mxGeometry x="140.93" y="642.54" width="120" height="20" as="geometry" />
-         </mxCell>
-         <mxCell id="H4vYK6OcZFrmIF_h3pnX-60" value="&lt;span&gt;Infrastructure Variable 3&lt;/span&gt;" style="rounded=1;whiteSpace=wrap;html=1;fontSize=9;" vertex="1" parent="1">
-           <mxGeometry x="139.31" y="667.5400000000001" width="120" height="20" as="geometry" />
-         </mxCell>
-         <mxCell id="H4vYK6OcZFrmIF_h3pnX-61" value="Total MVC" style="rounded=1;whiteSpace=wrap;html=1;fontSize=10;" vertex="1" parent="1">
+         <mxCell id="H4vYK6OcZFrmIF_h3pnX-58" value="Infrastructure Variable 1" style="rounded=1;whiteSpace=wrap;html=1;fontSize=9;" parent="1" vertex="1">
+           <mxGeometry x="139.31" y="617.64" width="120" height="20" as="geometry" />
+         </mxCell>
+         <mxCell id="H4vYK6OcZFrmIF_h3pnX-59" value="&lt;span&gt;Infrastructure Variable 2&lt;/span&gt;" style="rounded=1;whiteSpace=wrap;html=1;fontSize=9;" parent="1" vertex="1">
+           <mxGeometry x="139.31" y="642.8199999999999" width="120" height="20" as="geometry" />
+         </mxCell>
+         <mxCell id="H4vYK6OcZFrmIF_h3pnX-60" value="&lt;span&gt;Infrastructure Variable 3&lt;/span&gt;" style="rounded=1;whiteSpace=wrap;html=1;fontSize=9;" parent="1" vertex="1">
+           <mxGeometry x="139.31" y="667.82" width="120" height="20" as="geometry" />
+         </mxCell>
+         <mxCell id="H4vYK6OcZFrmIF_h3pnX-61" value="Total MVC" style="rounded=1;whiteSpace=wrap;html=1;fontSize=10;" parent="1" vertex="1">
          <mxGeometry x="133" y="705.36" width="135.05" height="30" as="geometry" />
        </mxCell>
-         <mxCell id="H4vYK6OcZFrmIF_h3pnX-62" value="Best Geo-interventions" style="rounded=1;whiteSpace=wrap;html=1;glass=0;fillColor=none;verticalAlign=top;spacing=0;spacingTop=-22;align=center;fontColor=#000000;strokeColor=#000000;spacingRight=0;spacingLeft=0;arcSize=7;labelBackgroundColor=none;" vertex="1" parent="1">
+         <mxCell id="H4vYK6OcZFrmIF_h3pnX-62" value="Best Geo-interventions" style="rounded=1;whiteSpace=wrap;html=1;glass=0;fillColor=none;verticalAlign=top;spacing=0;spacingTop=-22;align=center;fontColor=#000000;strokeColor=#000000;spacingRight=0;spacingLeft=0;arcSize=7;labelBackgroundColor=none;" parent="1" vertex="1">
          <mxGeometry x="555" y="615.64" width="134.24" height="84.36" as="geometry" />
        </mxCell>
-         <mxCell id="H4vYK6OcZFrmIF_h3pnX-63" value="Optimized infrastructure&lt;div&gt;Variable 1 Actions&lt;/div&gt;" style="rounded=1;whiteSpace=wrap;html=1;fontSize=7;" vertex="1" parent="1">
+         <mxCell id="H4vYK6OcZFrmIF_h3pnX-63" value="Optimized infrastructure&lt;div&gt;Variable 1 Actions&lt;/div&gt;" style="rounded=1;whiteSpace=wrap;html=1;fontSize=7;" parent="1" vertex="1">
          <mxGeometry x="561.31" y="622.8199999999999" width="120" height="20" as="geometry" />
        </mxCell>
-         <mxCell id="H4vYK6OcZFrmIF_h3pnX-64" value="Optimized infrastructure&lt;div&gt;Variable 2 Actions&lt;/div&gt;" style="rounded=1;whiteSpace=wrap;html=1;fontSize=7;" vertex="1" parent="1">
+         <mxCell id="H4vYK6OcZFrmIF_h3pnX-64" value="Optimized infrastructure&lt;div&gt;Variable 2 Actions&lt;/div&gt;" style="rounded=1;whiteSpace=wrap;html=1;fontSize=7;" parent="1" vertex="1">
          <mxGeometry x="562.9300000000001" y="647.8199999999999" width="120" height="20" as="geometry" />
        </mxCell>
-         <mxCell id="H4vYK6OcZFrmIF_h3pnX-65" value="Optimized infrastructure&lt;div&gt;Variable 3 Actions&lt;/div&gt;" style="rounded=1;whiteSpace=wrap;html=1;fontSize=7;" vertex="1" parent="1">
+         <mxCell id="H4vYK6OcZFrmIF_h3pnX-65" value="Optimized infrastructure&lt;div&gt;Variable 3 Actions&lt;/div&gt;" style="rounded=1;whiteSpace=wrap;html=1;fontSize=7;" parent="1" vertex="1">
          <mxGeometry x="561.31" y="672.82" width="120" height="20" as="geometry" />
        </mxCell>
-         <mxCell id="H4vYK6OcZFrmIF_h3pnX-66" value="Lowest Total MVC" style="rounded=1;whiteSpace=wrap;html=1;fontSize=10;" vertex="1" parent="1">
+         <mxCell id="H4vYK6OcZFrmIF_h3pnX-66" value="Lowest Total MVC" style="rounded=1;whiteSpace=wrap;html=1;fontSize=10;" parent="1" vertex="1">
          <mxGeometry x="553.79" y="492.82000000000005" width="135.05" height="30" as="geometry" />
        </mxCell>
-         <mxCell id="H4vYK6OcZFrmIF_h3pnX-69" value="&lt;span&gt;100 Iterations&lt;/span&gt;" style="rounded=1;whiteSpace=wrap;html=1;fontSize=10;" vertex="1" parent="1">
+         <mxCell id="H4vYK6OcZFrmIF_h3pnX-69" value="&lt;span&gt;100 Iterations&lt;/span&gt;" style="rounded=1;whiteSpace=wrap;html=1;fontSize=10;" parent="1" vertex="1">
          <mxGeometry x="140.53" y="556.09" width="120" height="20" as="geometry" />
+         </mxCell>
+         <mxCell id="wSrt-C2378grb9r9hSUO-1" value="10-Fold Cross Validation" style="rounded=1;whiteSpace=wrap;html=1;strokeColor=#000000;fontColor=#000000;fontSize=9;" vertex="1" parent="1">
+           <mxGeometry x="133" y="332.8" width="80" height="30" as="geometry" />
+         </mxCell>
+         <mxCell id="wSrt-C2378grb9r9hSUO-2" style="edgeStyle=orthogonalEdgeStyle;rounded=0;orthogonalLoop=1;jettySize=auto;html=1;entryX=0;entryY=0.5;entryDx=0;entryDy=0;endArrow=open;endFill=0;endSize=4;startSize=4;exitX=1;exitY=0.5;exitDx=0;exitDy=0;" edge="1" parent="1" source="wSrt-C2378grb9r9hSUO-1" target="H4vYK6OcZFrmIF_h3pnX-27">
+           <mxGeometry relative="1" as="geometry">
+             <mxPoint x="218" y="326" as="sourcePoint" />
+             <mxPoint x="252" y="315" as="targetPoint" />
+             <Array as="points">
+               <mxPoint x="225" y="348" />
+               <mxPoint x="225" y="310" />
+             </Array>
+           </mxGeometry>
+         </mxCell>
+         <mxCell id="wSrt-C2378grb9r9hSUO-3" style="edgeStyle=orthogonalEdgeStyle;rounded=0;orthogonalLoop=1;jettySize=auto;html=1;entryX=0;entryY=0.5;entryDx=0;entryDy=0;endArrow=open;endFill=0;endSize=4;startSize=4;exitX=1;exitY=0.5;exitDx=0;exitDy=0;" edge="1" parent="1" source="zVcd5So7Ncbx6f7flit7-28" target="H4vYK6OcZFrmIF_h3pnX-27">
+           <mxGeometry relative="1" as="geometry">
+             <mxPoint x="218" y="353" as="sourcePoint" />
+             <mxPoint x="252" y="315" as="targetPoint" />
+             <Array as="points">
+               <mxPoint x="235" y="310" />
+               <mxPoint x="235" y="310" />
+             </Array>
+           </mxGeometry>
        </mxCell>
      </root>
    </mxGraphModel>
  </diagram>
</mxfile>
